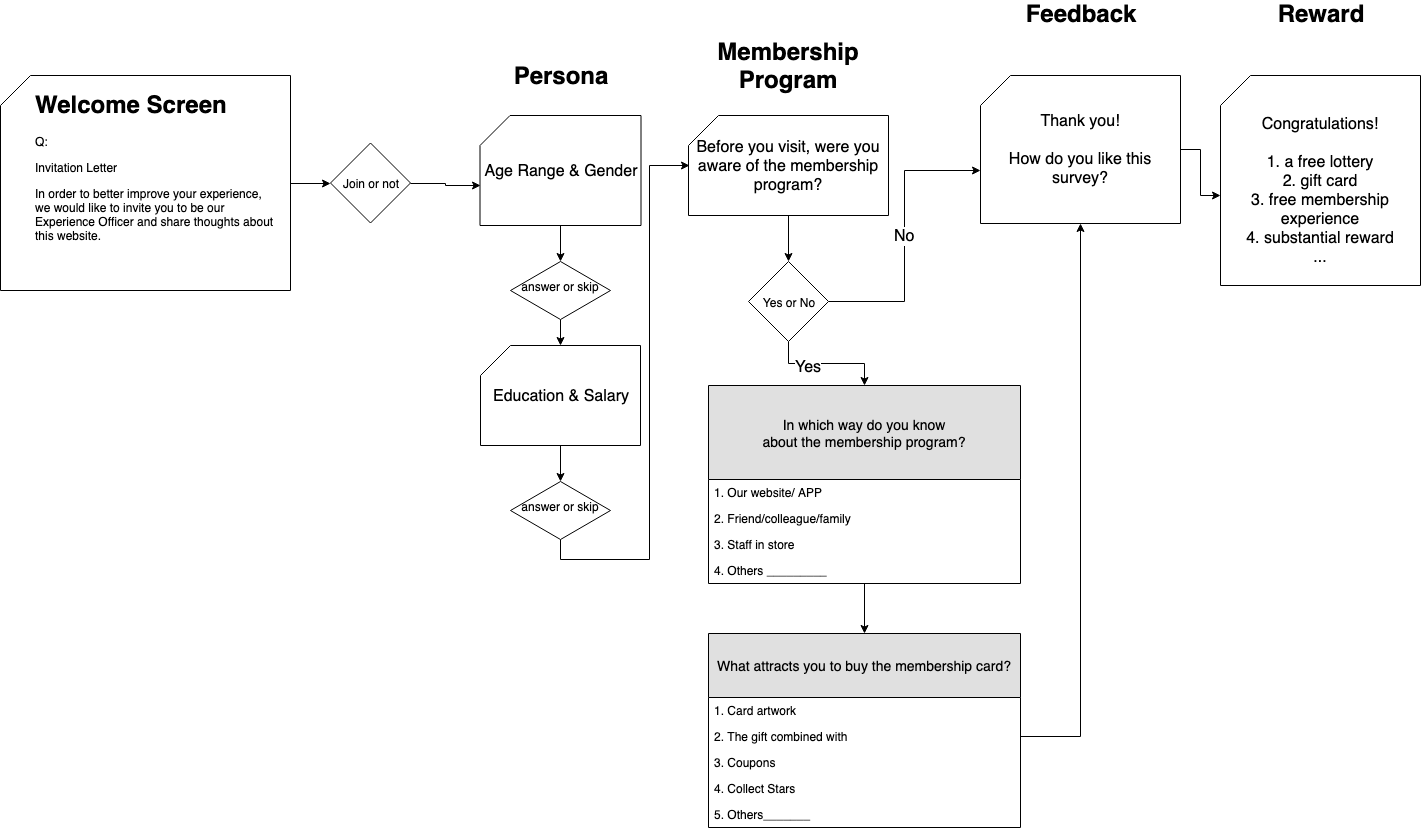
Above: membership questionnaire .png in danyao730/On-page-Survey (draw.io), before the change. Source tidied: cells renumbered, new cells last; positions are measured from the earlier drawing's top-left corner, leaving out a move shared by most shapes.
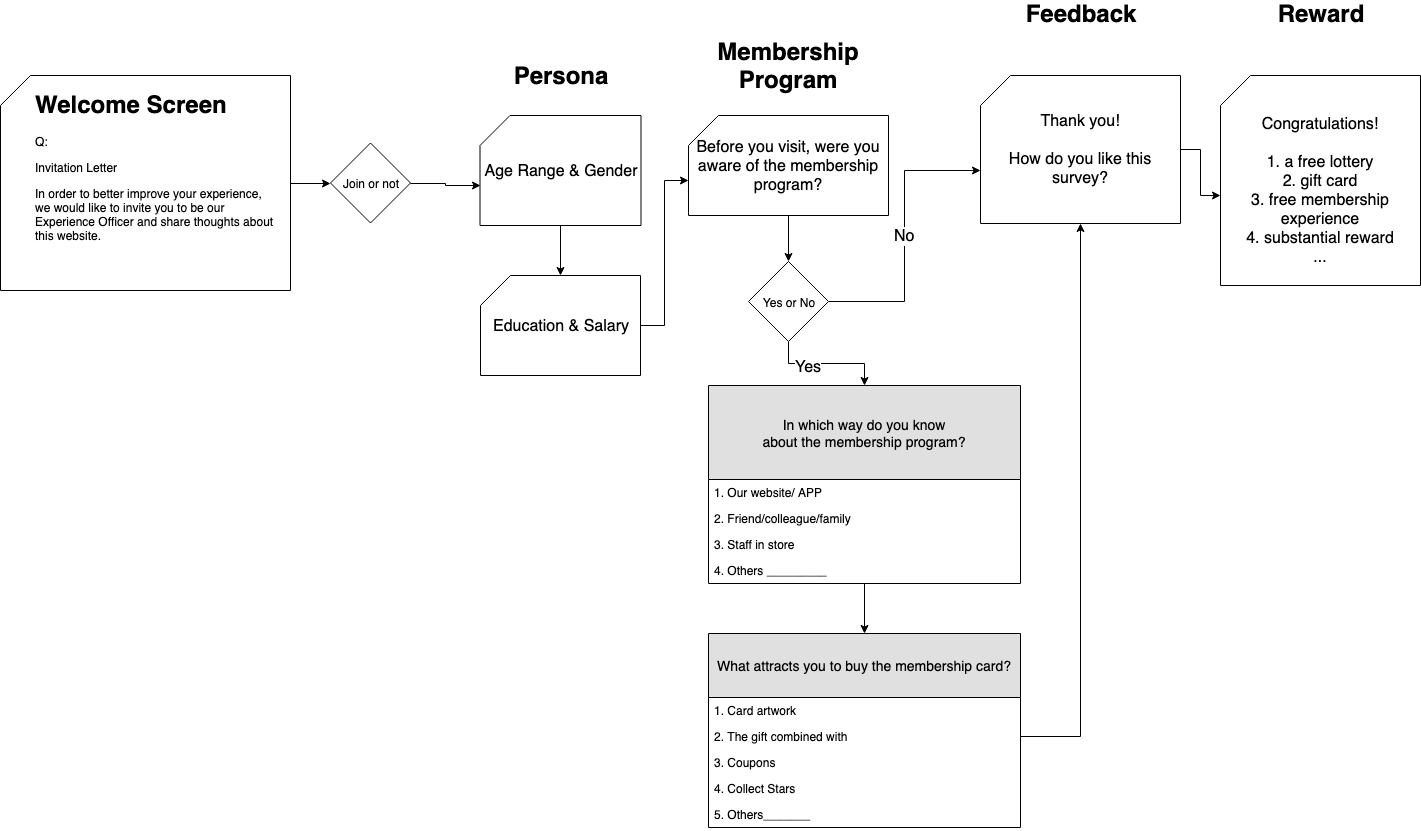
After the change.

What changed in the source:
```diff
@@ -17,33 +17,21 @@
     <mxCell id="6" value="Join or not" style="rhombus;whiteSpace=wrap;html=1;" parent="1" vertex="1">
       <mxGeometry x="330" y="139.5" width="80" height="80" as="geometry" />
     </mxCell>
-    <mxCell id="7" style="edgeStyle=orthogonalEdgeStyle;rounded=0;jettySize=auto;html=1;exitX=0.5;exitY=1;exitDx=0;exitDy=0;exitPerimeter=0;fontSize=16;" parent="1" edge="1" source="8" target="13">
+    <mxCell id="7" style="edgeStyle=orthogonalEdgeStyle;rounded=0;jettySize=auto;html=1;exitX=0.5;exitY=1;exitDx=0;exitDy=0;exitPerimeter=0;fontSize=16;" parent="1" edge="1" source="8" target="10">
       <mxGeometry relative="1" as="geometry" />
     </mxCell>
     <mxCell id="8" value="Age Range &amp;amp; Gender" style="shape=card;whiteSpace=wrap;html=1;fontSize=16;" parent="1" vertex="1">
       <mxGeometry x="479.5" y="112" width="161" height="110" as="geometry" />
     </mxCell>
-    <mxCell id="9" style="edgeStyle=orthogonalEdgeStyle;rounded=0;jettySize=auto;html=1;exitX=0.5;exitY=1;exitDx=0;exitDy=0;exitPerimeter=0;entryX=0.5;entryY=0;entryDx=0;entryDy=0;fontSize=16;" parent="1" edge="1" source="10" target="15">
-      <mxGeometry relative="1" as="geometry" />
-    </mxCell>
+    <mxCell id="41" style="edgeStyle=orthogonalEdgeStyle;rounded=0;jettySize=auto;html=1;exitX=1;exitY=0.5;exitDx=0;exitDy=0;exitPerimeter=0;entryX=0;entryY=0;entryDx=0;entryDy=65;entryPerimeter=0;fontSize=16;" parent="1" edge="1" source="10" target="17">
+      <mxGeometry relative="1" as="geometry" />
+    </mxCell>
     <mxCell id="10" value="&lt;span style=&quot;font-size: 16px;&quot;&gt;Education &amp;amp; Salary&lt;/span&gt;" style="shape=card;whiteSpace=wrap;html=1;fontSize=16;" parent="1" vertex="1">
-      <mxGeometry x="480" y="342" width="160" height="100" as="geometry" />
+      <mxGeometry x="480" y="272" width="160" height="100" as="geometry" />
     </mxCell>
     <mxCell id="11" value="Persona" style="text;html=1;strokeColor=none;fillColor=none;align=center;verticalAlign=middle;whiteSpace=wrap;rounded=0;fontSize=24;fontStyle=1;" parent="1" vertex="1">
       <mxGeometry x="540" y="62" width="40" height="20" as="geometry" />
     </mxCell>
-    <mxCell id="12" style="edgeStyle=orthogonalEdgeStyle;rounded=0;jettySize=auto;html=1;exitX=0.5;exitY=1;exitDx=0;exitDy=0;fontSize=16;" parent="1" edge="1" source="13" target="10">
-      <mxGeometry relative="1" as="geometry" />
-    </mxCell>
-    <mxCell id="13" value="&lt;font style=&quot;font-size: 12px&quot;&gt;answer or skip&lt;/font&gt;" style="rhombus;whiteSpace=wrap;html=1;fontSize=24;verticalAlign=top;" parent="1" vertex="1">
-      <mxGeometry x="510" y="258" width="100" height="58" as="geometry" />
-    </mxCell>
-    <mxCell id="14" style="edgeStyle=orthogonalEdgeStyle;rounded=0;jettySize=auto;html=1;exitX=0.5;exitY=1;exitDx=0;exitDy=0;entryX=0.005;entryY=0.5;entryDx=0;entryDy=0;entryPerimeter=0;fontSize=16;" parent="1" edge="1" source="15" target="17">
-      <mxGeometry relative="1" as="geometry" />
-    </mxCell>
-    <mxCell id="15" value="&lt;font style=&quot;font-size: 12px&quot;&gt;answer or skip&lt;/font&gt;" style="rhombus;whiteSpace=wrap;html=1;fontSize=24;verticalAlign=top;" parent="1" vertex="1">
-      <mxGeometry x="510" y="478" width="100" height="58" as="geometry" />
-    </mxCell>
     <mxCell id="16" style="edgeStyle=orthogonalEdgeStyle;rounded=0;jettySize=auto;html=1;exitX=0.5;exitY=1;exitDx=0;exitDy=0;exitPerimeter=0;entryX=0.5;entryY=0;entryDx=0;entryDy=0;fontSize=16;" parent="1" edge="1" source="17" target="21">
       <mxGeometry relative="1" as="geometry" />
     </mxCell>
```
